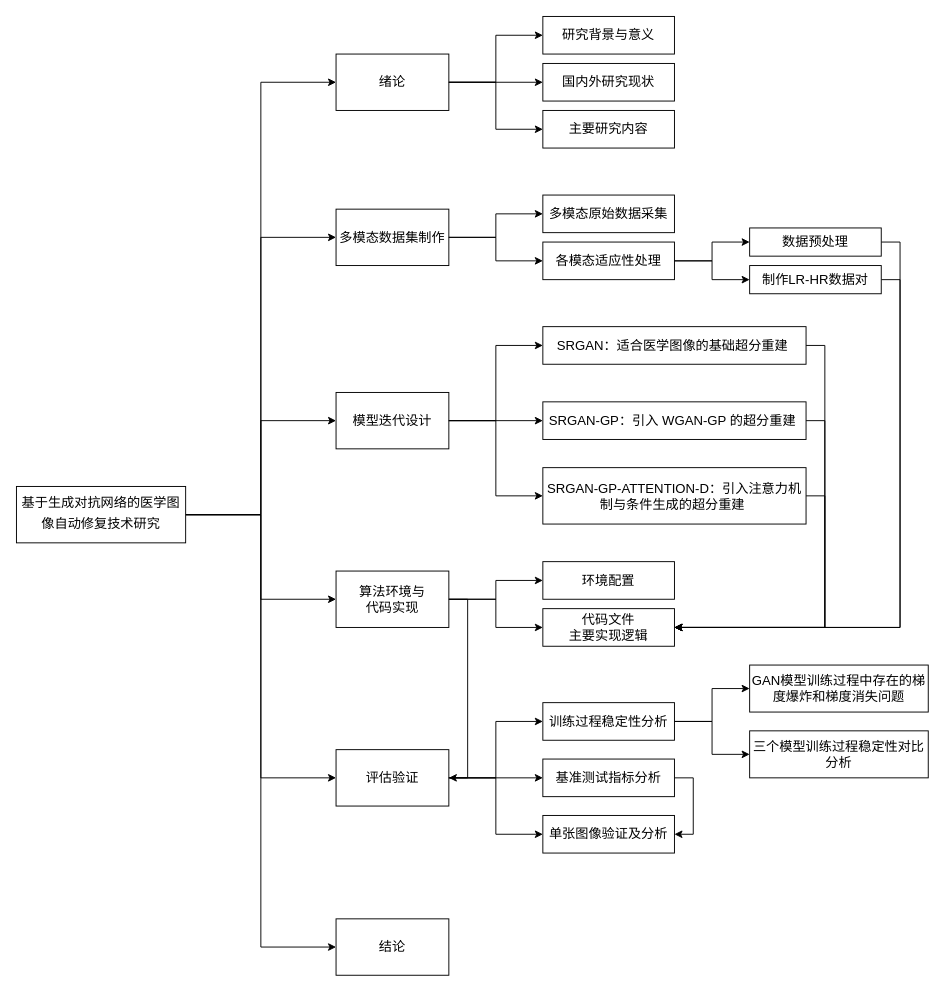
Earlier version of the draw.io diagram 论文结构.drawio (littlemirror-blue/srgans_workflow). Source tidied: cells renumbered, new cells numbered last; positions are measured from the earlier drawing's top-left corner, leaving out a move shared by most shapes. Both pictures are drawn from the tidied source at 94%, with x=0, y=0 at pixel (16, 16).
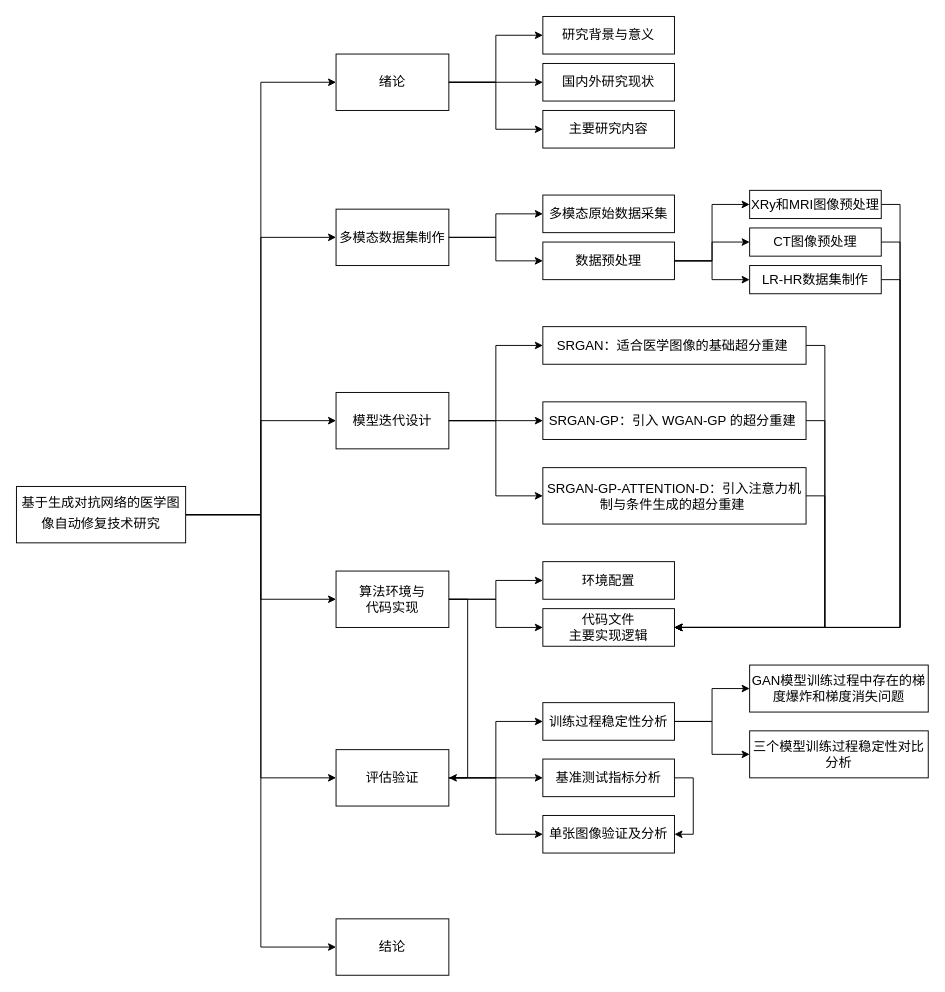
Above is the later version.

Commit message:
根据中期更新了数据预处理 .drawio

The change refers to these unchanged cells:
```xml
<mxCell id="25" value="代码文件&lt;div&gt;主要实现逻辑&lt;/div&gt;" style="shape=rectangle;whiteSpace=wrap;html=1;rounded=0;fontSize=14;" parent="1" vertex="1">
  <mxGeometry x="560" y="630" width="140" height="40" as="geometry" />
</mxCell>
```

Diff of the diagram source:
```diff
@@
+    <mxCell id="56" style="edgeStyle=orthogonalEdgeStyle;rounded=0;jettySize=auto;html=1;entryX=0;entryY=0.5;entryDx=0;entryDy=0;" parent="1" edge="1" source="13" target="58">
+      <mxGeometry relative="1" as="geometry" />
+    </mxCell>
-    <mxCell id="13" value="各模态适应性处理" style="shape=rectangle;whiteSpace=wrap;html=1;rounded=0;fontSize=14;" parent="1" vertex="1">
+    <mxCell id="13" value="数据预处理" style="shape=rectangle;whiteSpace=wrap;html=1;rounded=0;fontSize=14;" parent="1" vertex="1">
       <mxGeometry x="560" y="240" width="140" height="40" as="geometry" />
     </mxCell>
@@
-    <mxCell id="15" value="数据预处理" style="shape=rectangle;whiteSpace=wrap;html=1;rounded=0;fontSize=14;" parent="1" vertex="1">
+    <mxCell id="15" value="CT图像预处理" style="shape=rectangle;whiteSpace=wrap;html=1;rounded=0;fontSize=14;" parent="1" vertex="1">
       <mxGeometry x="780" y="225" width="140" height="30" as="geometry" />
     </mxCell>
@@
-    <mxCell id="17" value="制作LR-HR数据对" style="shape=rectangle;whiteSpace=wrap;html=1;rounded=0;fontSize=14;" parent="1" vertex="1">
+    <mxCell id="17" value="LR-HR数据集制作" style="shape=rectangle;whiteSpace=wrap;html=1;rounded=0;fontSize=14;" parent="1" vertex="1">
       <mxGeometry x="780" y="265" width="140" height="30" as="geometry" />
     </mxCell>
@@
+    <mxCell id="57" style="edgeStyle=orthogonalEdgeStyle;rounded=0;jettySize=auto;html=1;entryX=1;entryY=0.5;entryDx=0;entryDy=0;" parent="1" edge="1" source="58" target="25">
+      <mxGeometry relative="1" as="geometry">
+        <Array as="points">
+          <mxPoint x="940" y="200" />
+          <mxPoint x="940" y="650" />
+        </Array>
+      </mxGeometry>
+    </mxCell>
+    <mxCell id="58" value="XRy和MRI图像预处理" style="shape=rectangle;whiteSpace=wrap;html=1;rounded=0;fontSize=14;" parent="1" vertex="1">
+      <mxGeometry x="780" y="185" width="140" height="30" as="geometry" />
+    </mxCell>
```
